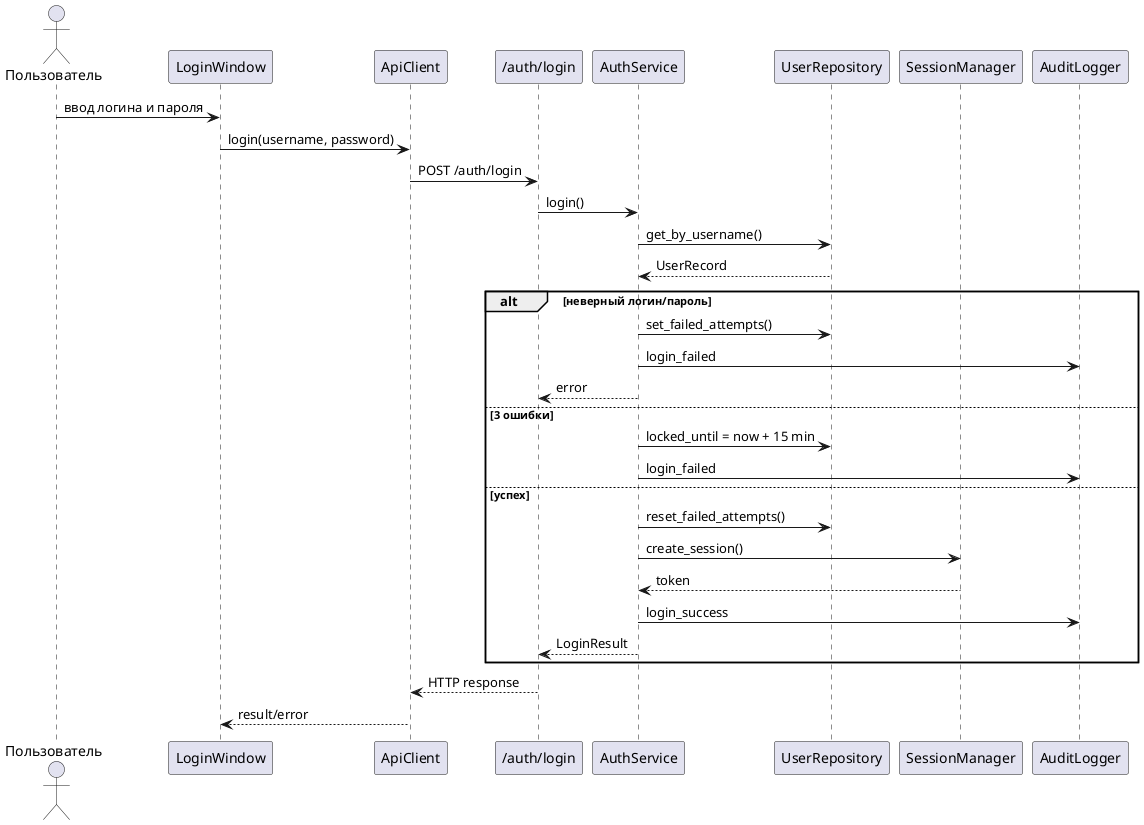
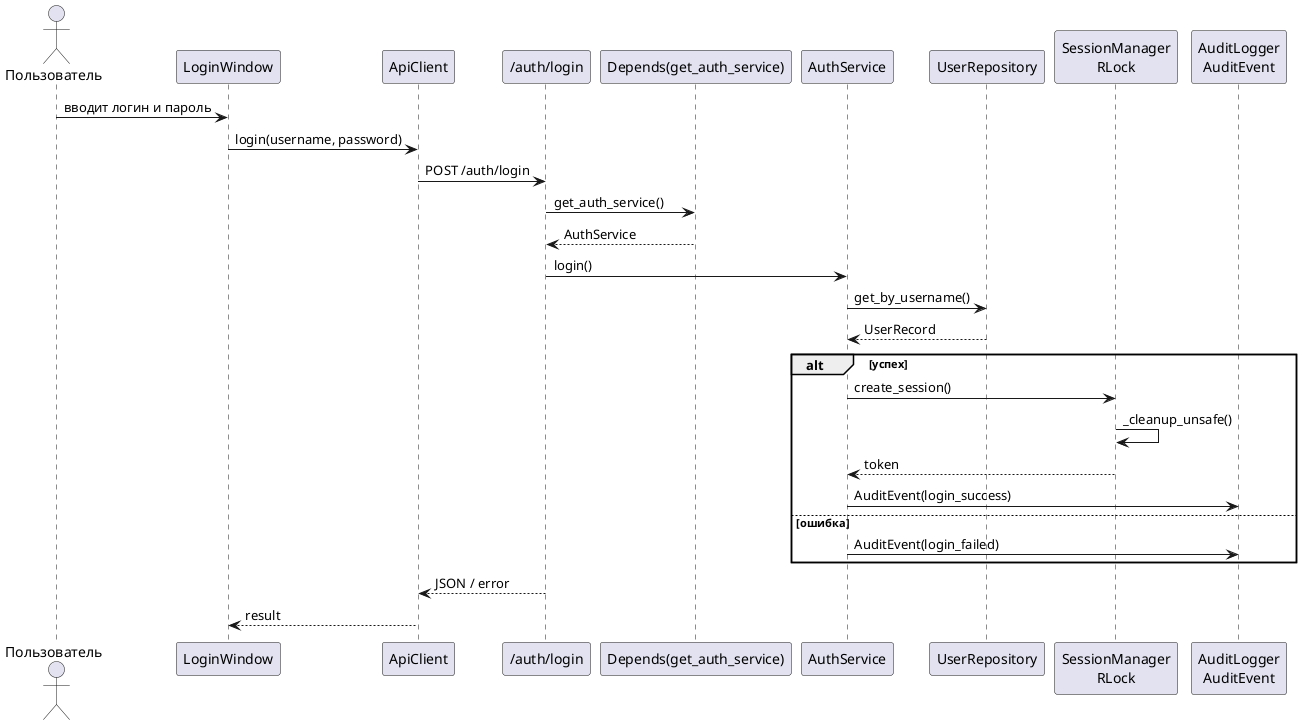
@startuml
actor "Пользователь" as User
participant "LoginWindow" as LoginWindow
participant "ApiClient" as ApiClient
participant "/auth/login" as AuthRoute
+ participant "Depends(get_auth_service)" as DI
participant "AuthService" as AuthService
participant "UserRepository" as UserRepo
- participant "SessionManager" as SessionManager
- participant "AuditLogger" as AuditLogger
+ participant "SessionManager\nRLock" as SessionManager
+ participant "AuditLogger\nAuditEvent" as AuditLogger

- User -> LoginWindow : ввод логина и пароля
+ User -> LoginWindow : вводит логин и пароль
LoginWindow -> ApiClient : login(username, password)
ApiClient -> AuthRoute : POST /auth/login
+ AuthRoute -> DI : get_auth_service()
+ DI --> AuthRoute : AuthService
AuthRoute -> AuthService : login()
AuthService -> UserRepo : get_by_username()
UserRepo --> AuthService : UserRecord
- 
- alt неверный логин/пароль
-   AuthService -> UserRepo : set_failed_attempts()
-   AuthService -> AuditLogger : login_failed
-   AuthService --> AuthRoute : error
- else 3 ошибки
-   AuthService -> UserRepo : locked_until = now + 15 min
-   AuthService -> AuditLogger : login_failed
- else успех
-   AuthService -> UserRepo : reset_failed_attempts()
+ alt успех
  AuthService -> SessionManager : create_session()
+   SessionManager -> SessionManager : _cleanup_unsafe()
  SessionManager --> AuthService : token
-   AuthService -> AuditLogger : login_success
-   AuthService --> AuthRoute : LoginResult
+   AuthService -> AuditLogger : AuditEvent(login_success)
+ else ошибка
+   AuthService -> AuditLogger : AuditEvent(login_failed)
end
- AuthRoute --> ApiClient : HTTP response
- ApiClient --> LoginWindow : result/error
+ AuthRoute --> ApiClient : JSON / error
+ ApiClient --> LoginWindow : result
@enduml
